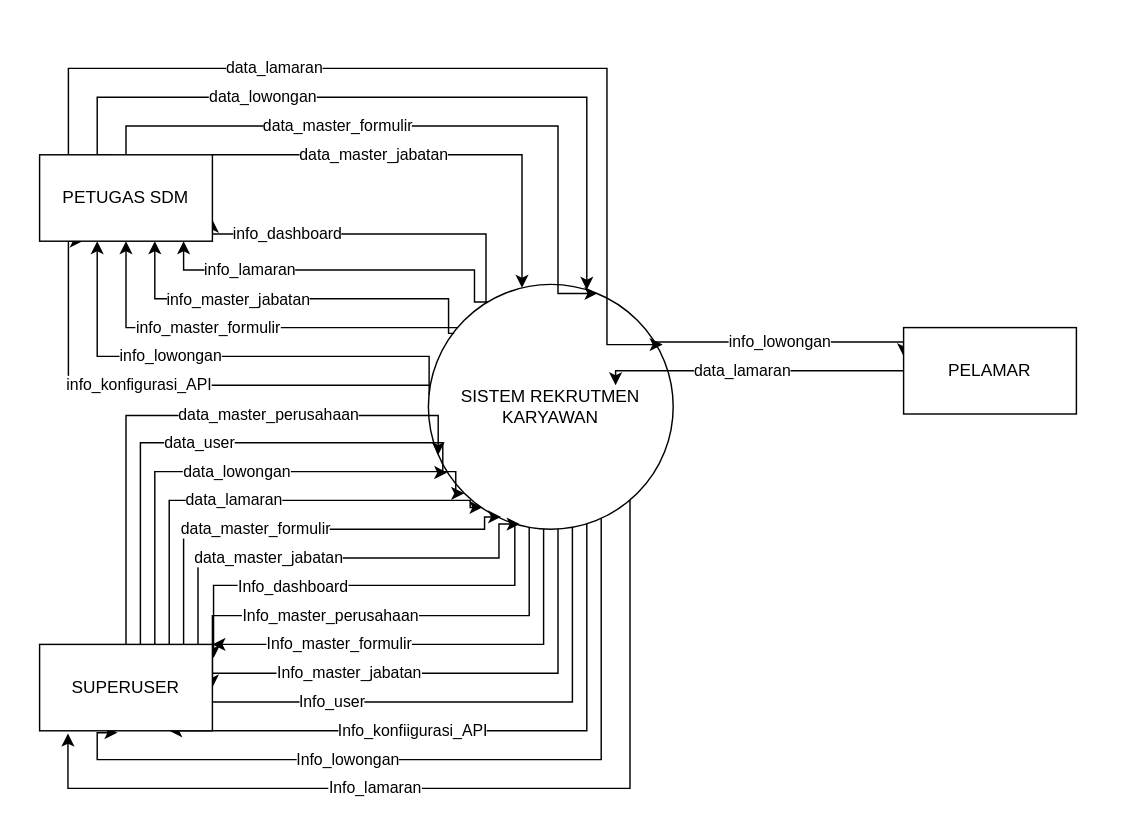
Above: page "DIAGRAM CONTEXT" (1 of 7) of DFD v2.drawio in keys2505/tugas-akhir (draw.io), before the change. Source tidied: cells renumbered, new cells numbered last; positions are measured from the earlier drawing's top-left corner, leaving out a move shared by most shapes. Both pictures are drawn from the tidied source at 144%, with x=0, y=0 at pixel (39, 68).
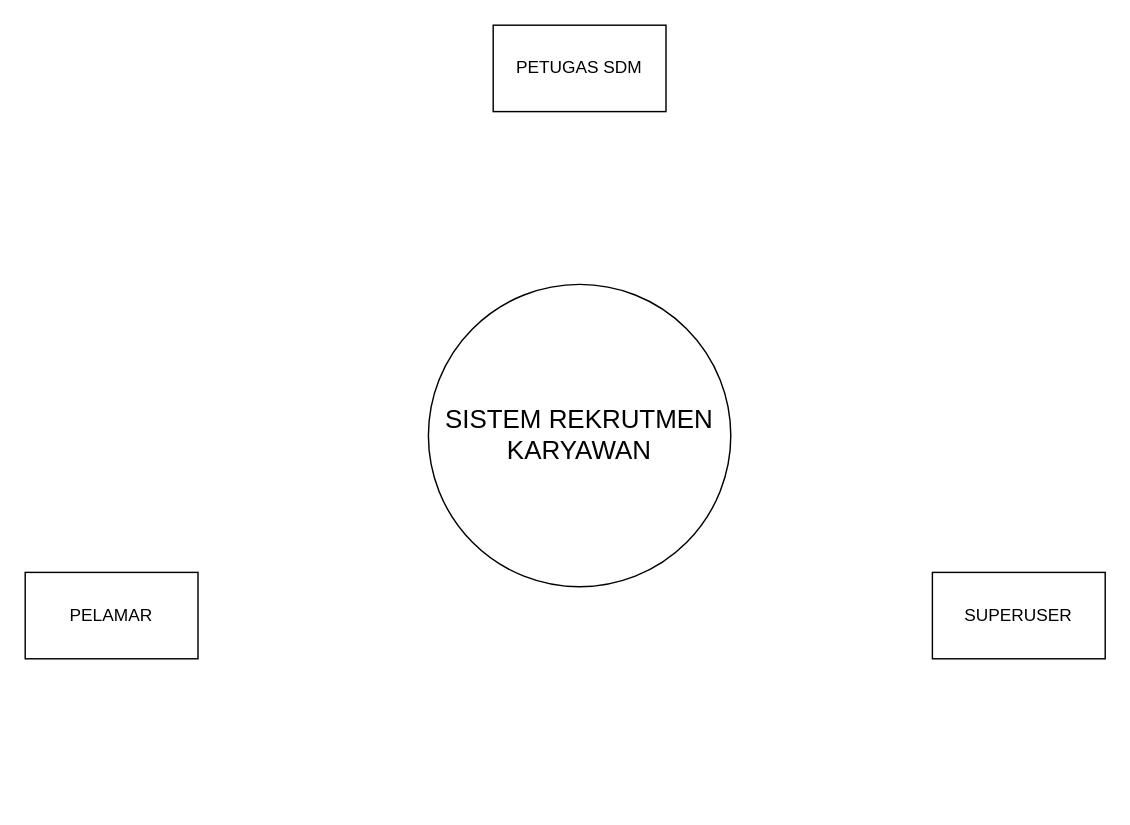
The same diagram, later.

Change to the diagram source:
```diff
@@
-    <mxCell id="2" value="info_lamaran" style="edgeStyle=orthogonalEdgeStyle;rounded=0;jettySize=auto;html=1;exitX=0.072;exitY=0.753;exitDx=0;exitDy=0;exitPerimeter=0;" parent="1" edge="1" source="16" target="23">
-      <mxGeometry x="0.48" relative="1" as="geometry">
-        <Array as="points">
-          <mxPoint x="302" y="140" />
-          <mxPoint x="100" y="140" />
-        </Array>
-      </mxGeometry>
-    </mxCell>
-    <mxCell id="3" value="info_master_formulir" style="edgeStyle=orthogonalEdgeStyle;rounded=0;jettySize=auto;html=1;" parent="1" edge="1" source="16" target="23">
-      <mxGeometry x="0.19" relative="1" as="geometry">
-        <Array as="points">
-          <mxPoint x="60" y="180" />
-        </Array>
-      </mxGeometry>
-    </mxCell>
-    <mxCell id="4" value="info_konfigurasi_API" style="edgeStyle=orthogonalEdgeStyle;rounded=0;jettySize=auto;html=1;entryX=0.25;entryY=1;entryDx=0;entryDy=0;" parent="1" edge="1" source="16" target="23">
-      <mxGeometry x="0.12" relative="1" as="geometry">
-        <Array as="points">
-          <mxPoint x="20" y="220" />
-        </Array>
-      </mxGeometry>
-    </mxCell>
-    <mxCell id="5" value="info_dashboard" style="edgeStyle=orthogonalEdgeStyle;rounded=0;jettySize=auto;html=1;entryX=1;entryY=0.75;entryDx=0;entryDy=0;" parent="1" edge="1" source="16" target="23">
-      <mxGeometry x="0.5" relative="1" as="geometry">
-        <Array as="points">
-          <mxPoint x="310" y="115" />
-        </Array>
-      </mxGeometry>
-    </mxCell>
-    <mxCell id="6" value="data_lowongan" style="edgeStyle=orthogonalEdgeStyle;rounded=0;jettySize=auto;html=1;exitX=0.417;exitY=0;exitDx=0;exitDy=0;exitPerimeter=0;" parent="1" edge="1" source="23" target="16">
-      <mxGeometry x="-0.37" relative="1" as="geometry">
-        <Array as="points">
-          <mxPoint x="40" y="20" />
-          <mxPoint x="380" y="20" />
-        </Array>
-      </mxGeometry>
-    </mxCell>
-    <mxCell id="7" value="info_lowongan" style="edgeStyle=orthogonalEdgeStyle;rounded=0;jettySize=auto;html=1;entryX=0;entryY=0.333;entryDx=0;entryDy=0;entryPerimeter=0;" parent="1" edge="1" source="16" target="25">
-      <mxGeometry x="-0.05" relative="1" as="geometry">
-        <Array as="points">
-          <mxPoint x="600" y="190" />
-        </Array>
-      </mxGeometry>
-    </mxCell>
-    <mxCell id="8" value="Info_master_jabatan" style="edgeStyle=orthogonalEdgeStyle;rounded=0;jettySize=auto;html=1;" parent="1" edge="1" source="16">
-      <mxGeometry x="0.36" relative="1" as="geometry">
-        <mxPoint x="110" y="410" as="targetPoint" />
-        <Array as="points">
-          <mxPoint x="360" y="420" />
-          <mxPoint x="110" y="420" />
-        </Array>
-      </mxGeometry>
-    </mxCell>
-    <mxCell id="9" value="Info_master_formulir" style="edgeStyle=orthogonalEdgeStyle;rounded=0;jettySize=auto;html=1;" parent="1" edge="1" source="16" target="32">
-      <mxGeometry x="0.43" relative="1" as="geometry">
-        <Array as="points">
-          <mxPoint x="350" y="400" />
-        </Array>
-      </mxGeometry>
-    </mxCell>
-    <mxCell id="10" value="Info_master_perusahaan" style="edgeStyle=orthogonalEdgeStyle;rounded=0;jettySize=auto;html=1;entryX=1;entryY=0.5;entryDx=0;entryDy=0;exitX=1;exitY=0.5;exitDx=0;exitDy=0;" parent="1" edge="1" source="16" target="32">
-      <mxGeometry x="0.38" relative="1" as="geometry">
-        <Array as="points">
-          <mxPoint x="340" y="280" />
-          <mxPoint x="340" y="380" />
-        </Array>
-      </mxGeometry>
-    </mxCell>
-    <mxCell id="11" value="Info_dashboard" style="edgeStyle=orthogonalEdgeStyle;rounded=0;jettySize=auto;html=1;entryX=1.007;entryY=0.157;entryDx=0;entryDy=0;exitX=0.998;exitY=0.563;exitDx=0;exitDy=0;exitPerimeter=0;entryPerimeter=0;" parent="1" edge="1" source="16" target="32">
-      <mxGeometry x="0.46" y="1" relative="1" as="geometry">
-        <Array as="points">
-          <mxPoint x="330" y="280" />
-          <mxPoint x="330" y="359" />
-        </Array>
-      </mxGeometry>
-    </mxCell>
-    <mxCell id="12" value="Info_user" style="edgeStyle=orthogonalEdgeStyle;rounded=0;jettySize=auto;html=1;entryX=0.833;entryY=1;entryDx=0;entryDy=0;entryPerimeter=0;" parent="1" edge="1" source="16" target="32">
-      <mxGeometry x="0.4" relative="1" as="geometry">
-        <Array as="points">
-          <mxPoint x="370" y="440" />
-          <mxPoint x="100" y="440" />
-        </Array>
-      </mxGeometry>
-    </mxCell>
-    <mxCell id="13" value="Info_konfiigurasi_API" style="edgeStyle=orthogonalEdgeStyle;rounded=0;jettySize=auto;html=1;entryX=0.75;entryY=1;entryDx=0;entryDy=0;" parent="1" edge="1" source="16" target="32">
-      <mxGeometry x="0.22" relative="1" as="geometry">
-        <Array as="points">
-          <mxPoint x="380" y="460" />
-          <mxPoint x="90" y="460" />
-        </Array>
-      </mxGeometry>
-    </mxCell>
-    <mxCell id="14" value="Info_lowongan" style="edgeStyle=orthogonalEdgeStyle;rounded=0;jettySize=auto;html=1;entryX=0.451;entryY=1.022;entryDx=0;entryDy=0;entryPerimeter=0;" parent="1" edge="1" source="16" target="32">
-      <mxGeometry x="0.25" relative="1" as="geometry">
-        <Array as="points">
-          <mxPoint x="390" y="480" />
-          <mxPoint x="40" y="480" />
-          <mxPoint x="40" y="461" />
-        </Array>
-      </mxGeometry>
-    </mxCell>
-    <mxCell id="15" value="Info_lamaran" style="edgeStyle=orthogonalEdgeStyle;rounded=0;jettySize=auto;html=1;entryX=0.164;entryY=1.032;entryDx=0;entryDy=0;entryPerimeter=0;exitX=0.741;exitY=0.064;exitDx=0;exitDy=0;exitPerimeter=0;" parent="1" edge="1" source="16" target="32">
-      <mxGeometry x="0.25" relative="1" as="geometry">
-        <Array as="points">
-          <mxPoint x="410" y="276" />
-          <mxPoint x="410" y="500" />
-          <mxPoint x="20" y="500" />
-          <mxPoint x="20" y="462" />
-        </Array>
-      </mxGeometry>
-    </mxCell>
-    <mxCell id="16" value="SISTEM REKRUTMEN KARYAWAN" style="ellipse;whiteSpace=wrap;html=1;direction=south;" parent="1" vertex="1">
-      <mxGeometry x="270" y="150" width="170" height="170" as="geometry" />
+    <mxCell id="16" value="&lt;font style=&quot;font-size: 18px;&quot;&gt;SISTEM REKRUTMEN KARYAWAN&lt;/font&gt;" style="ellipse;whiteSpace=wrap;html=1;direction=south;" parent="1" vertex="1">
+      <mxGeometry x="270" y="150" width="210" height="210" as="geometry" />
     </mxCell>
-    <mxCell id="17" value="data_lamaran" style="edgeStyle=orthogonalEdgeStyle;rounded=0;jettySize=auto;html=1;entryX=0.246;entryY=0.043;entryDx=0;entryDy=0;entryPerimeter=0;" parent="1" edge="1" source="23" target="16">
-      <mxGeometry x="-0.39" relative="1" as="geometry">
-        <Array as="points">
-          <mxPoint x="20" />
-          <mxPoint x="394" />
-        </Array>
-      </mxGeometry>
-    </mxCell>
-    <mxCell id="18" value="data_master_formulir" style="edgeStyle=orthogonalEdgeStyle;rounded=0;jettySize=auto;html=1;entryX=0.037;entryY=0.309;entryDx=0;entryDy=0;entryPerimeter=0;" parent="1" edge="1" source="23" target="16">
-      <mxGeometry x="-0.28" relative="1" as="geometry">
-        <Array as="points">
-          <mxPoint x="60" y="40" />
-          <mxPoint x="360" y="40" />
-        </Array>
-      </mxGeometry>
-    </mxCell>
-    <mxCell id="19" style="edgeStyle=orthogonalEdgeStyle;rounded=0;jettySize=auto;html=1;exitX=0.2;exitY=0.895;exitDx=0;exitDy=0;exitPerimeter=0;" parent="1" edge="1" source="16" target="23">
-      <mxGeometry x="0.04" y="10" relative="1" as="geometry">
-        <Array as="points">
-          <mxPoint x="284" y="160" />
-          <mxPoint x="80" y="160" />
-        </Array>
-      </mxGeometry>
-    </mxCell>
-    <mxCell id="20" value="info_master_jabatan" style="edgeLabel;html=1;align=center;verticalAlign=middle;" parent="19" vertex="1">
-      <mxGeometry x="0.24" y="1" relative="1" as="geometry">
-        <mxPoint x="-5" y="-1" as="offset" />
-      </mxGeometry>
-    </mxCell>
-    <mxCell id="21" value="info_lowongan" style="edgeStyle=orthogonalEdgeStyle;rounded=0;jettySize=auto;html=1;exitX=0.451;exitY=0.997;exitDx=0;exitDy=0;exitPerimeter=0;" parent="1" edge="1" source="16" target="23">
-      <mxGeometry x="0.22" relative="1" as="geometry">
-        <Array as="points">
-          <mxPoint x="270" y="200" />
-          <mxPoint x="40" y="200" />
-        </Array>
-      </mxGeometry>
-    </mxCell>
-    <mxCell id="22" value="data_master_jabatan" style="edgeStyle=orthogonalEdgeStyle;rounded=0;jettySize=auto;html=1;" parent="1" edge="1" source="23" target="16">
-      <mxGeometry x="-0.27" relative="1" as="geometry">
-        <Array as="points">
-          <mxPoint x="80" y="60" />
-          <mxPoint x="335" y="60" />
-        </Array>
-      </mxGeometry>
-    </mxCell>
     <mxCell id="23" value="PETUGAS SDM" style="rounded=0;whiteSpace=wrap;html=1;" parent="1" vertex="1">
-      <mxGeometry y="60" width="120" height="60" as="geometry" />
+      <mxGeometry x="315" y="-30" width="120" height="60" as="geometry" />
     </mxCell>
-    <mxCell id="24" value="data_lamaran" style="edgeStyle=orthogonalEdgeStyle;rounded=0;jettySize=auto;html=1;" parent="1" edge="1" source="25">
-      <mxGeometry x="0.07" relative="1" as="geometry">
-        <mxPoint x="400" y="220" as="targetPoint" />
-        <Array as="points">
-          <mxPoint x="400" y="210" />
-        </Array>
-      </mxGeometry>
-    </mxCell>
     <mxCell id="25" value="PELAMAR" style="rounded=0;whiteSpace=wrap;html=1;" parent="1" vertex="1">
-      <mxGeometry x="600" y="180" width="120" height="60" as="geometry" />
+      <mxGeometry x="-10" y="350" width="120" height="60" as="geometry" />
     </mxCell>
-    <mxCell id="26" value="data_master_jabatan" style="edgeStyle=orthogonalEdgeStyle;rounded=0;jettySize=auto;html=1;entryX=0.979;entryY=0.627;entryDx=0;entryDy=0;entryPerimeter=0;" parent="1" edge="1" source="32" target="16">
-      <mxGeometry x="-0.29" relative="1" as="geometry">
-        <Array as="points">
-          <mxPoint x="110" y="340" />
-          <mxPoint x="319" y="340" />
-        </Array>
-      </mxGeometry>
-    </mxCell>
-    <mxCell id="27" value="data_master_formulir" style="edgeStyle=orthogonalEdgeStyle;rounded=0;jettySize=auto;html=1;entryX=0.95;entryY=0.703;entryDx=0;entryDy=0;entryPerimeter=0;" parent="1" edge="1" source="32" target="16">
-      <mxGeometry x="-0.16" relative="1" as="geometry">
-        <Array as="points">
-          <mxPoint x="100" y="320" />
-          <mxPoint x="309" y="320" />
-        </Array>
-      </mxGeometry>
-    </mxCell>
-    <mxCell id="28" value="data_lamaran" style="edgeStyle=orthogonalEdgeStyle;rounded=0;jettySize=auto;html=1;entryX=0.911;entryY=0.779;entryDx=0;entryDy=0;entryPerimeter=0;" parent="1" edge="1" source="32" target="16">
-      <mxGeometry x="-0.1" relative="1" as="geometry">
-        <Array as="points">
-          <mxPoint x="90" y="300" />
-          <mxPoint x="299" y="300" />
-        </Array>
-      </mxGeometry>
-    </mxCell>
-    <mxCell id="29" value="data_lowongan" style="edgeStyle=orthogonalEdgeStyle;rounded=0;jettySize=auto;html=1;entryX=1;entryY=1;entryDx=0;entryDy=0;" parent="1" edge="1" source="32" target="16">
-      <mxGeometry x="0.01" relative="1" as="geometry">
-        <Array as="points">
-          <mxPoint x="80" y="280" />
-          <mxPoint x="289" y="280" />
-        </Array>
-      </mxGeometry>
-    </mxCell>
-    <mxCell id="30" value="data_user" style="edgeStyle=orthogonalEdgeStyle;rounded=0;jettySize=auto;html=1;entryX=0.769;entryY=0.923;entryDx=0;entryDy=0;entryPerimeter=0;" parent="1" edge="1" source="32" target="16">
-      <mxGeometry x="-0.03" relative="1" as="geometry">
-        <Array as="points">
-          <mxPoint x="70" y="260" />
-          <mxPoint x="280" y="260" />
-        </Array>
-      </mxGeometry>
-    </mxCell>
-    <mxCell id="31" value="data_master_perusahaan" style="edgeStyle=orthogonalEdgeStyle;rounded=0;jettySize=auto;html=1;entryX=0.697;entryY=0.96;entryDx=0;entryDy=0;entryPerimeter=0;" parent="1" edge="1" source="32" target="16">
-      <mxGeometry x="0.28" relative="1" as="geometry">
-        <Array as="points">
-          <mxPoint x="60" y="241" />
-        </Array>
-      </mxGeometry>
-    </mxCell>
     <mxCell id="32" value="SUPERUSER" style="rounded=0;whiteSpace=wrap;html=1;" parent="1" vertex="1">
-      <mxGeometry y="400" width="120" height="60" as="geometry" />
+      <mxGeometry x="620" y="350" width="120" height="60" as="geometry" />
     </mxCell>
```
